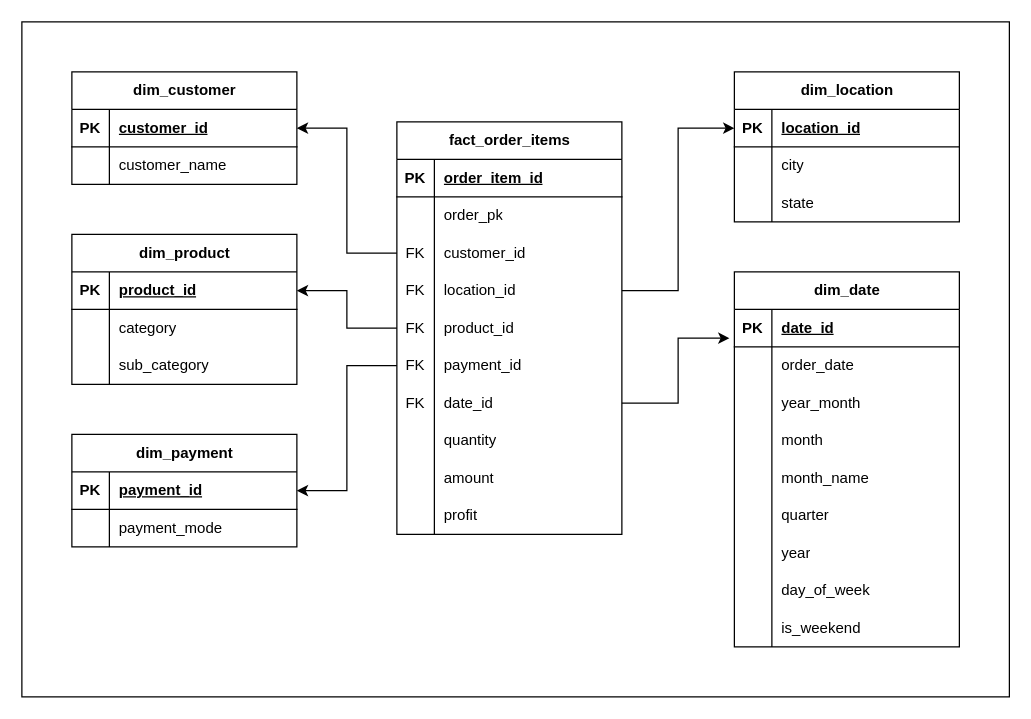
ngozi-nnajim/Sales_Intelligence_Platform keeps this draw.io diagram as page "DWH_Model" (2 of 2) of SIP_ERD.drawio. Above is the earlier version. Source tidied: cells renumbered, new cells numbered last; positions are measured from the earlier drawing's top-left corner, leaving out a move shared by most shapes. Both pictures are drawn from the tidied source at 125%, with x=0, y=0 at pixel (21, 21).
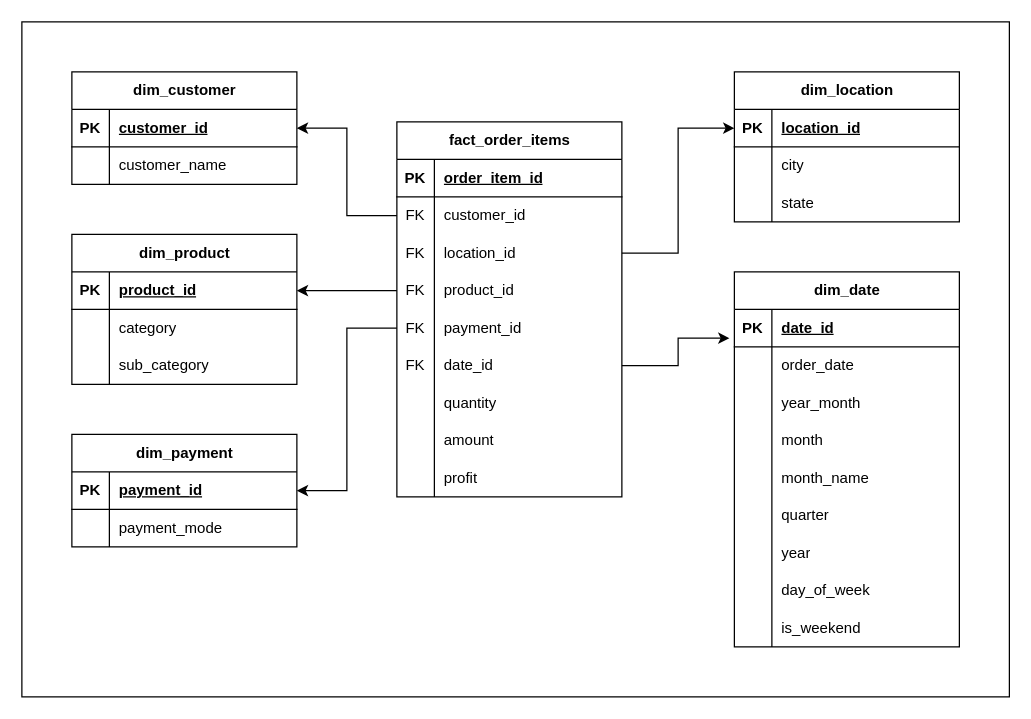
Above is the later version.

Change to the diagram source:
```diff
@@
     <mxCell id="3" value="fact_order_items" style="shape=table;startSize=30;childLayout=tableLayout;rowLines=0;fontStyle=1;align=center;html=1;" parent="1" vertex="1">
-      <mxGeometry x="300" y="80" width="180" height="330" as="geometry" />
+      <mxGeometry x="300" y="80" width="180" height="300" as="geometry" />
     </mxCell>
@@
-    <mxCell id="7" style="shape=tableRow;horizontal=0;startSize=0;swimlaneHead=0;swimlaneBody=0;fillColor=none;top=0;left=0;right=0;bottom=0;" parent="3" vertex="1">
-      <mxGeometry y="60" width="180" height="30" as="geometry" />
-    </mxCell>
-    <mxCell id="8" style="shape=partialRectangle;fillColor=none;top=0;left=0;bottom=0;right=0;overflow=hidden;whiteSpace=wrap;html=1;" parent="7" vertex="1">
-      <mxGeometry width="30" height="30" as="geometry" />
-    </mxCell>
-    <mxCell id="9" value="order_pk" style="shape=partialRectangle;fillColor=none;top=0;left=0;bottom=0;right=0;align=left;spacingLeft=6;overflow=hidden;whiteSpace=wrap;html=1;" parent="7" vertex="1">
-      <mxGeometry x="30" width="150" height="30" as="geometry" />
-    </mxCell>
     <mxCell id="10" style="shape=tableRow;horizontal=0;startSize=0;swimlaneHead=0;swimlaneBody=0;fillColor=none;points=[[0,0.5],[1,0.5]];portConstraint=eastwest;top=0;left=0;right=0;bottom=0;" parent="3" vertex="1">
-      <mxGeometry y="90" width="180" height="30" as="geometry" />
+      <mxGeometry y="60" width="180" height="30" as="geometry" />
     </mxCell>
@@
     <mxCell id="13" style="shape=tableRow;horizontal=0;startSize=0;swimlaneHead=0;swimlaneBody=0;fillColor=none;points=[[0,0.5],[1,0.5]];portConstraint=eastwest;top=0;left=0;right=0;bottom=0;" parent="3" vertex="1">
-      <mxGeometry y="120" width="180" height="30" as="geometry" />
+      <mxGeometry y="90" width="180" height="30" as="geometry" />
     </mxCell>
@@
     <mxCell id="16" style="shape=tableRow;horizontal=0;startSize=0;swimlaneHead=0;swimlaneBody=0;fillColor=none;points=[[0,0.5],[1,0.5]];portConstraint=eastwest;top=0;left=0;right=0;bottom=0;" parent="3" vertex="1">
-      <mxGeometry y="150" width="180" height="30" as="geometry" />
+      <mxGeometry y="120" width="180" height="30" as="geometry" />
     </mxCell>
@@
     <mxCell id="19" style="shape=tableRow;horizontal=0;startSize=0;swimlaneHead=0;swimlaneBody=0;fillColor=none;points=[[0,0.5],[1,0.5]];portConstraint=eastwest;top=0;left=0;right=0;bottom=0;" parent="3" vertex="1">
-      <mxGeometry y="180" width="180" height="30" as="geometry" />
+      <mxGeometry y="150" width="180" height="30" as="geometry" />
     </mxCell>
@@
     <mxCell id="22" style="shape=tableRow;horizontal=0;startSize=0;swimlaneHead=0;swimlaneBody=0;fillColor=none;points=[[0,0.5],[1,0.5]];portConstraint=eastwest;top=0;left=0;right=0;bottom=0;" parent="3" vertex="1">
-      <mxGeometry y="210" width="180" height="30" as="geometry" />
+      <mxGeometry y="180" width="180" height="30" as="geometry" />
     </mxCell>
@@
     <mxCell id="25" style="shape=tableRow;horizontal=0;startSize=0;swimlaneHead=0;swimlaneBody=0;fillColor=none;top=0;left=0;right=0;bottom=0;" parent="3" vertex="1">
-      <mxGeometry y="240" width="180" height="30" as="geometry" />
+      <mxGeometry y="210" width="180" height="30" as="geometry" />
     </mxCell>
@@
     <mxCell id="28" style="shape=tableRow;horizontal=0;startSize=0;swimlaneHead=0;swimlaneBody=0;fillColor=none;top=0;left=0;right=0;bottom=0;" parent="3" vertex="1">
-      <mxGeometry y="270" width="180" height="30" as="geometry" />
+      <mxGeometry y="240" width="180" height="30" as="geometry" />
     </mxCell>
@@
     <mxCell id="31" style="shape=tableRow;horizontal=0;startSize=0;swimlaneHead=0;swimlaneBody=0;fillColor=none;top=0;left=0;right=0;bottom=0;" parent="3" vertex="1">
-      <mxGeometry y="300" width="180" height="30" as="geometry" />
+      <mxGeometry y="270" width="180" height="30" as="geometry" />
     </mxCell>
```
